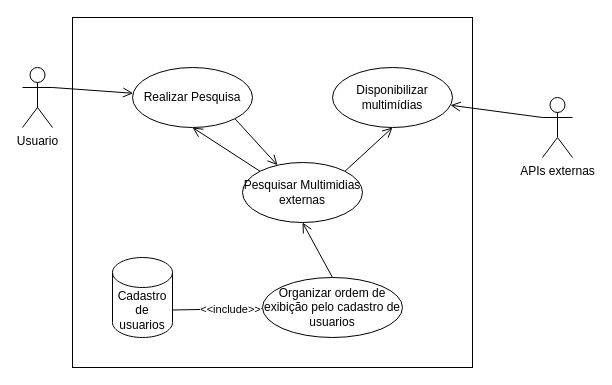
Earlier version of the draw.io diagram page "Caso-De-Uso" (3 of 3) of ADO_3_Arq.drawio (MatheusSantosDev/diagramas-UML). Source tidied: cells renumbered, new cells numbered last; positions are measured from the earlier drawing's top-left corner, leaving out a move shared by most shapes. Both pictures are drawn from the tidied source at 100%, with x=0, y=0 at pixel (22, 17).
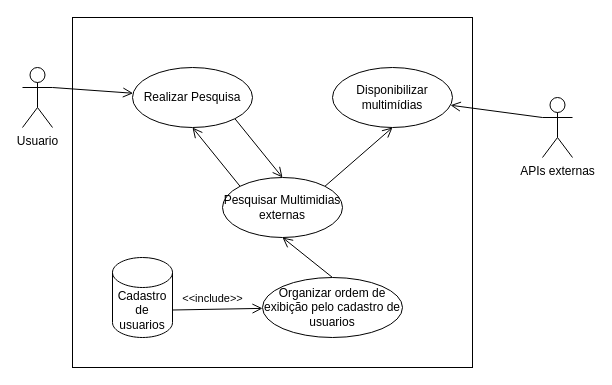
Above is the later version.

Diff of the diagram source:
```diff
@@
 <mxGraphModel>
   <root>
     <mxCell id="0" />
     <mxCell id="1" parent="0" />
     <mxCell id="2" style="rounded=0;whiteSpace=wrap;html=1;" parent="1" vertex="1">
       <mxGeometry x="50" width="400" height="350" as="geometry" />
     </mxCell>
     <mxCell id="3" style="rounded=1;jettySize=auto;html=1;exitX=1;exitY=0.3333333333333333;exitDx=0;exitDy=0;exitPerimeter=0;endArrow=open;endFill=0;endSize=8;" parent="1" edge="1" source="4" target="6">
       <mxGeometry relative="1" as="geometry" />
     </mxCell>
     <mxCell id="4" value="Usuario" style="shape=umlActor;verticalLabelPosition=bottom;verticalAlign=top;html=1;outlineConnect=0;" parent="1" vertex="1">
       <mxGeometry y="50" width="30" height="60" as="geometry" />
     </mxCell>
-    <mxCell id="5" style="edgeStyle=none;rounded=1;jettySize=auto;html=1;exitX=1;exitY=1;exitDx=0;exitDy=0;endArrow=open;endFill=0;endSize=8;strokeColor=#000000;" parent="1" edge="1" source="6" target="12">
+    <mxCell id="5" style="edgeStyle=none;rounded=1;jettySize=auto;html=1;exitX=1;exitY=1;exitDx=0;exitDy=0;endArrow=open;endFill=0;endSize=8;strokeColor=#000000;entryX=0.5;entryY=0;entryDx=0;entryDy=0;" parent="1" edge="1" source="6" target="12">
       <mxGeometry relative="1" as="geometry" />
     </mxCell>
     <mxCell id="6" value="Realizar Pesquisa" style="ellipse;whiteSpace=wrap;html=1;" parent="1" vertex="1">
       <mxGeometry x="110" y="50" width="120" height="60" as="geometry" />
     </mxCell>
     <mxCell id="7" style="edgeStyle=none;rounded=1;jettySize=auto;html=1;exitX=0;exitY=0.3333333333333333;exitDx=0;exitDy=0;exitPerimeter=0;endArrow=open;endFill=0;endSize=8;strokeColor=#000000;" parent="1" edge="1" source="8" target="9">
       <mxGeometry relative="1" as="geometry" />
     </mxCell>
     <mxCell id="8" value="APIs externas" style="shape=umlActor;verticalLabelPosition=bottom;verticalAlign=top;html=1;outlineConnect=0;" parent="1" vertex="1">
       <mxGeometry x="520" y="80" width="30" height="60" as="geometry" />
     </mxCell>
     <mxCell id="9" value="Disponibilizar&lt;br&gt;multimídias" style="ellipse;whiteSpace=wrap;html=1;" parent="1" vertex="1">
       <mxGeometry x="310" y="50" width="120" height="60" as="geometry" />
     </mxCell>
     <mxCell id="10" style="edgeStyle=none;rounded=1;jettySize=auto;html=1;exitX=1;exitY=0;exitDx=0;exitDy=0;entryX=0.5;entryY=1;entryDx=0;entryDy=0;endArrow=open;endFill=0;endSize=8;strokeColor=#000000;" parent="1" edge="1" source="12" target="9">
       <mxGeometry relative="1" as="geometry" />
     </mxCell>
     <mxCell id="11" style="edgeStyle=none;rounded=1;jettySize=auto;html=1;exitX=0;exitY=0;exitDx=0;exitDy=0;entryX=0.5;entryY=1;entryDx=0;entryDy=0;endArrow=open;endFill=0;endSize=8;strokeColor=#000000;" parent="1" edge="1" source="12" target="6">
       <mxGeometry relative="1" as="geometry" />
     </mxCell>
     <mxCell id="12" value="Pesquisar Multimidias externas" style="ellipse;whiteSpace=wrap;html=1;" parent="1" vertex="1">
-      <mxGeometry x="220" y="145" width="120" height="60" as="geometry" />
+      <mxGeometry x="200" y="160" width="120" height="60" as="geometry" />
     </mxCell>
     <mxCell id="13" style="edgeStyle=none;rounded=1;jettySize=auto;html=1;exitX=1;exitY=0;exitDx=0;exitDy=52.5;exitPerimeter=0;endArrow=open;endFill=0;endSize=8;strokeColor=#000000;" parent="1" edge="1" source="15" target="17">
       <mxGeometry relative="1" as="geometry" />
     </mxCell>
     <mxCell id="14" value="&amp;lt;&amp;lt;include&amp;gt;&amp;gt;" style="edgeLabel;html=1;align=center;verticalAlign=middle;" parent="13" vertex="1">
-      <mxGeometry x="0.29" relative="1" as="geometry" />
+      <mxGeometry x="0.29" relative="1" as="geometry">
+        <mxPoint x="-18" y="-11" as="offset" />
+      </mxGeometry>
     </mxCell>
     <mxCell id="15" value="Cadastro de usuarios" style="shape=cylinder3;whiteSpace=wrap;html=1;boundedLbl=1;backgroundOutline=1;size=15;" parent="1" vertex="1">
       <mxGeometry x="90" y="240" width="60" height="80" as="geometry" />
     </mxCell>
     <mxCell id="16" style="edgeStyle=none;rounded=1;jettySize=auto;html=1;exitX=0.5;exitY=0;exitDx=0;exitDy=0;entryX=0.5;entryY=1;entryDx=0;entryDy=0;endArrow=open;endFill=0;endSize=8;strokeColor=#000000;" parent="1" edge="1" source="17" target="12">
       <mxGeometry relative="1" as="geometry" />
     </mxCell>
     <mxCell id="17" value="Organizar ordem de exibição pelo cadastro de usuarios" style="ellipse;whiteSpace=wrap;html=1;" parent="1" vertex="1">
       <mxGeometry x="240" y="260" width="140" height="60" as="geometry" />
     </mxCell>
   </root>
 </mxGraphModel>
```
